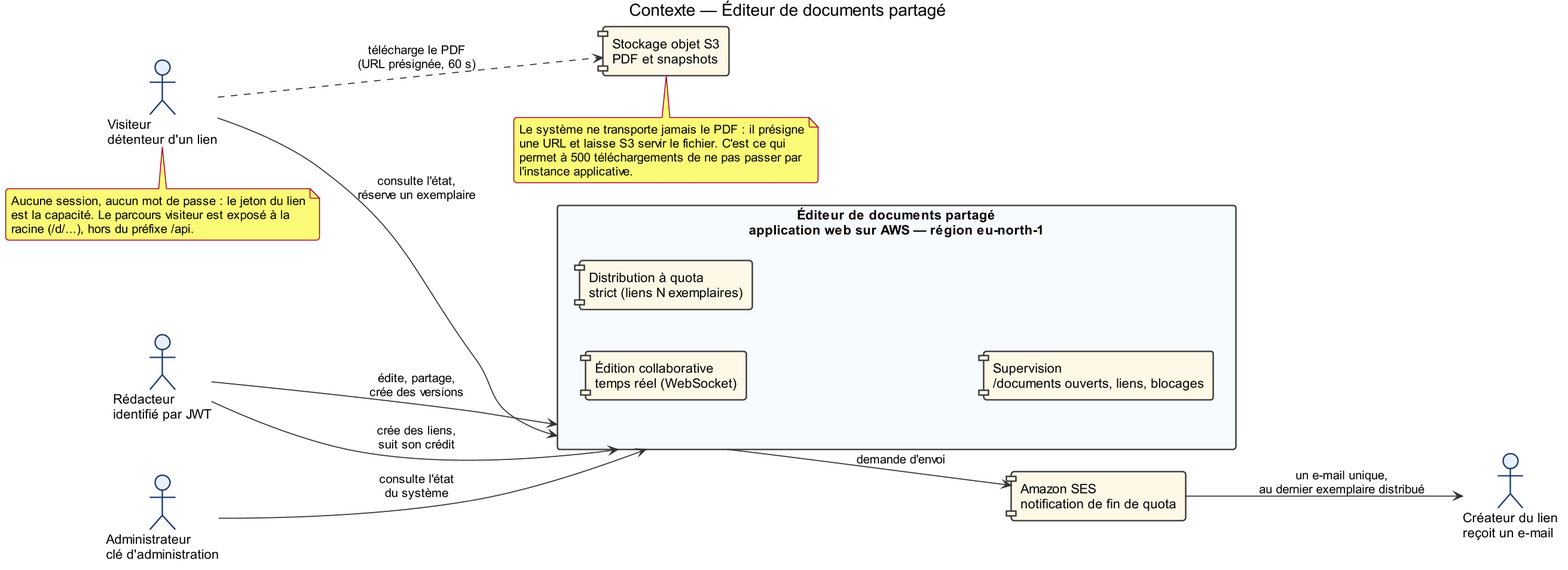
This is docs/diagrammes-conception/png/01-contexte.png from Djusse/Editeur_Partag-, a PlantUML export, as it was before one commit. Its source is kept beside it as docs/diagrammes-conception/puml/01-contexte.puml. Source of this version:
```plantuml
@startuml

skinparam {
  dpi 150
  defaultFontName Arial
  shadowing false
  roundcorner 6
  ArrowColor #333333
  ArrowThickness 1.1
  BackgroundColor white
  actorBorderColor #1B3A6B
  actorBackgroundColor #E8F0FE
  rectangleBorderColor #333333
  rectangleBackgroundColor #F7FBFF
  componentBorderColor #333333
  componentBackgroundColor #FEF9E7
  nodesep 45
  ranksep 80
}

title Contexte — Éditeur de documents partagé

left to right direction

actor "Rédacteur\nidentifié par JWT" as R
actor "Visiteur\ndétenteur d'un lien" as V
actor "Administrateur\nclé d'administration" as A

rectangle "Éditeur de documents partagé\napplication web sur AWS — région eu-north-1" as S {
  component "Édition collaborative\ntemps réel (WebSocket)" as ED
  component "Distribution à quota\nstrict (liens N exemplaires)" as DL
  component "Supervision\n/documents ouverts, liens, blocages" as SUP
}

component "Amazon SES\nnotification de fin de quota" as SES
component "Stockage objet S3\nPDF et snapshots" as S3
actor "Créateur du lien\nreçoit un e-mail" as DEST

R --> S : édite, partage,\ncrée des versions
R --> S : crée des liens,\nsuit son crédit
V --> S : consulte l'état,\nréserve un exemplaire
V ..> S3 : télécharge le PDF\n(URL présignée, 60 s)
A --> S : consulte l'état\ndu système
S --> SES : demande d'envoi
SES --> DEST : un e-mail unique,\nau dernier exemplaire distribué

note bottom of V
  Aucune session, aucun mot de passe : le jeton du lien
  est la capacité. Le parcours visiteur est exposé à la
  racine (/d/...), hors du préfixe /api.
end note

note bottom of S3
  Le système ne transporte jamais le PDF : il présigne
  une URL et laisse S3 servir le fichier. C'est ce qui
  permet à 500 téléchargements de ne pas passer par
  l'instance applicative.
end note

@enduml
```
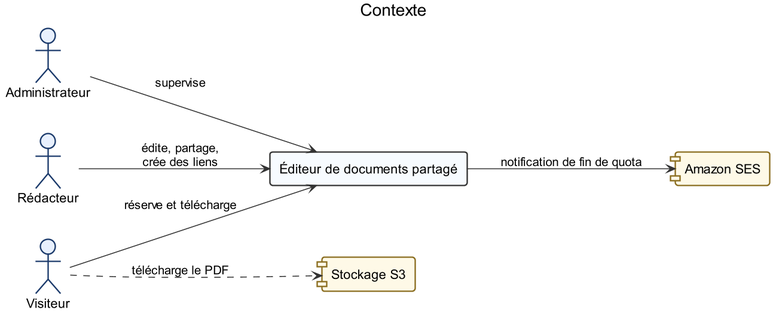
After the commit.

What changed in the source:
```diff
@@ -6,55 +6,33 @@
   shadowing false
   roundcorner 6
   ArrowColor #333333
-  ArrowThickness 1.1
   BackgroundColor white
   actorBorderColor #1B3A6B
   actorBackgroundColor #E8F0FE
   rectangleBorderColor #333333
   rectangleBackgroundColor #F7FBFF
-  componentBorderColor #333333
+  componentBorderColor #8A6D1F
   componentBackgroundColor #FEF9E7
-  nodesep 45
-  ranksep 80
+  ranksep 70
 }
 
-title Contexte — Éditeur de documents partagé
+title Contexte
 
 left to right direction
 
-actor "Rédacteur\nidentifié par JWT" as R
-actor "Visiteur\ndétenteur d'un lien" as V
-actor "Administrateur\nclé d'administration" as A
+actor "Rédacteur" as R
+actor "Visiteur" as V
+actor "Administrateur" as A
 
-rectangle "Éditeur de documents partagé\napplication web sur AWS — région eu-north-1" as S {
-  component "Édition collaborative\ntemps réel (WebSocket)" as ED
-  component "Distribution à quota\nstrict (liens N exemplaires)" as DL
-  component "Supervision\n/documents ouverts, liens, blocages" as SUP
-}
+rectangle "Éditeur de documents partagé" as S
 
-component "Amazon SES\nnotification de fin de quota" as SES
-component "Stockage objet S3\nPDF et snapshots" as S3
-actor "Créateur du lien\nreçoit un e-mail" as DEST
+component "Amazon SES" as SES
+component "Stockage S3" as S3
 
-R --> S : édite, partage,\ncrée des versions
-R --> S : crée des liens,\nsuit son crédit
-V --> S : consulte l'état,\nréserve un exemplaire
-V ..> S3 : télécharge le PDF\n(URL présignée, 60 s)
-A --> S : consulte l'état\ndu système
-S --> SES : demande d'envoi
-SES --> DEST : un e-mail unique,\nau dernier exemplaire distribué
-
-note bottom of V
-  Aucune session, aucun mot de passe : le jeton du lien
-  est la capacité. Le parcours visiteur est exposé à la
-  racine (/d/...), hors du préfixe /api.
-end note
-
-note bottom of S3
-  Le système ne transporte jamais le PDF : il présigne
-  une URL et laisse S3 servir le fichier. C'est ce qui
-  permet à 500 téléchargements de ne pas passer par
-  l'instance applicative.
-end note
+R --> S : édite, partage,\ncrée des liens
+V --> S : réserve et télécharge
+A --> S : supervise
+S --> SES : notification de fin de quota
+V ..> S3 : télécharge le PDF
 
 @enduml
```
